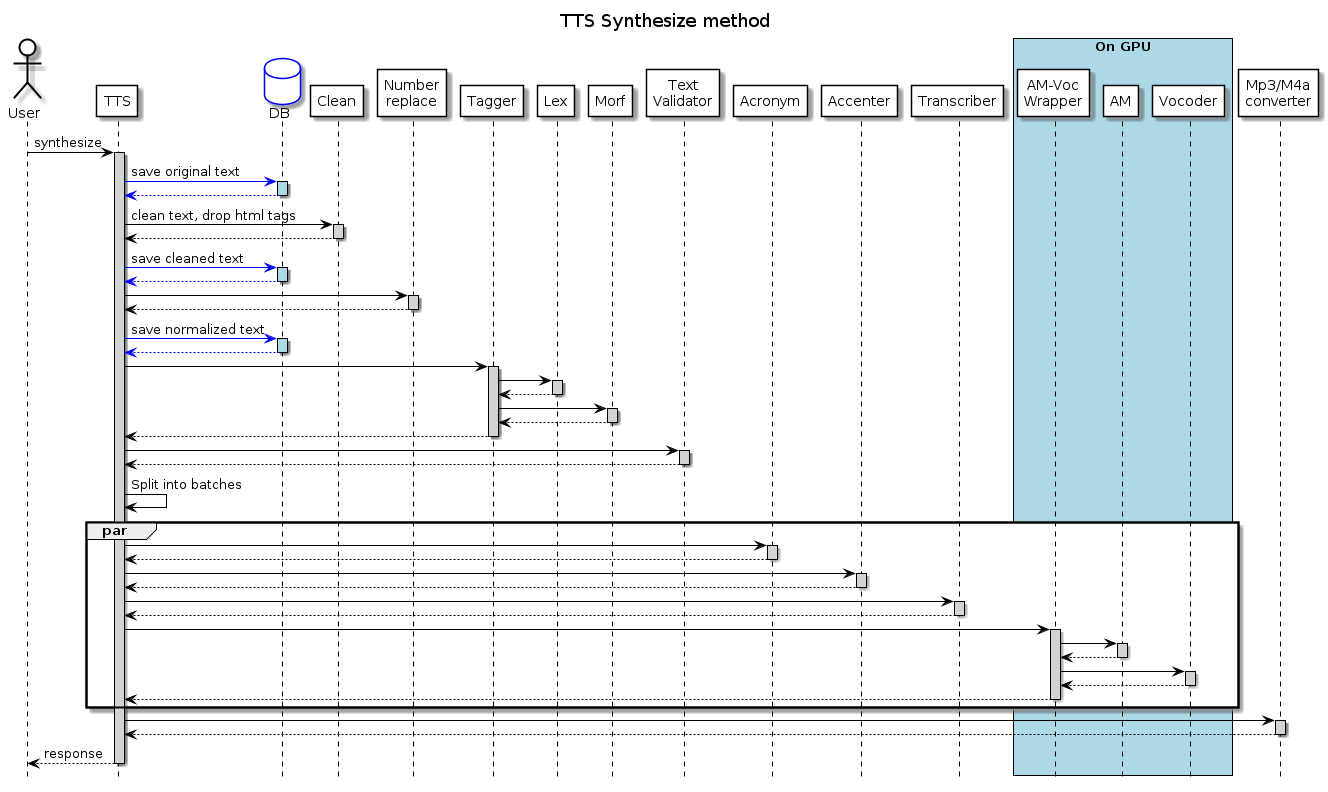
The PlantUML diagram info/tts.png in airenas/tts-line, before a commit. Its diagram source:
```plantuml
@startuml TTS

skinparam sequence {
ParticipantBorderColor Black
ActorBorderColor Black

ParticipantBackgroundColor White
ActorBackgroundColor White

ArrowColor black
LifeLineBorderColor black
LifeLineBackgroundColor lightgray

BoxBorderColor black
}
skinparam databaseBackgroundColor White
skinparam dataBaseBorderColor Blue

hide footbox
title TTS Synthesize method


actor User
participant "TTS" as tts
database "DB" as DB
participant "Clean" as Clean
participant "Number\nreplace" as num
participant "Tagger" as tagger
participant "Lex" as lex
participant "Morf" as morf
participant "Text\nValidator" as validator
participant "Acronym" as acronym
participant "Accenter" as accenter
participant "Transcriber" as transcriber

box "On GPU" #LightBlue
participant "AM-Voc\nWrapper" as amVoc
participant "AM" as am
participant "Vocoder" as vocoder
end box
participant "Mp3/M4a\nconverter" as converter

User -> tts: synthesize
activate tts

tts -[#blue]> DB: save original text
activate DB #lightblue
DB -[#blue]-> tts:
deactivate DB

tts -> Clean: clean text, drop html tags
activate Clean
Clean --> tts:
deactivate Clean

tts -[#blue]> DB: save cleaned text
activate DB #lightblue
DB -[#blue]-> tts:
deactivate DB

tts -> num:
activate num
num --> tts:
deactivate num

tts -[#blue]> DB: save normalized text
activate DB #lightblue
DB -[#blue]-> tts:
deactivate DB


tts -> tagger:
activate tagger
tagger -> lex:
activate lex
lex --> tagger:
deactivate lex

tagger -> morf:
activate morf
morf --> tagger:
deactivate morf

tagger --> tts:
deactivate tagger

tts -> validator:
activate validator
validator --> tts:
deactivate validator

tts -> tts: Split into batches

par

tts -> acronym:
activate acronym
acronym --> tts:
deactivate acronym

tts -> accenter:
activate accenter
accenter --> tts:
deactivate accenter

tts -> transcriber:
activate transcriber
transcriber --> tts:
deactivate transcriber

tts -> amVoc:
activate amVoc

amVoc -> am:
activate am
am --> amVoc:
deactivate am

amVoc -> vocoder:
activate vocoder
vocoder --> amVoc:
deactivate vocoder
amVoc --> tts:
deactivate amVoc
end

tts -> converter:
activate converter
converter --> tts:
deactivate converter


tts --> User: response
deactivate tts

@enduml
```
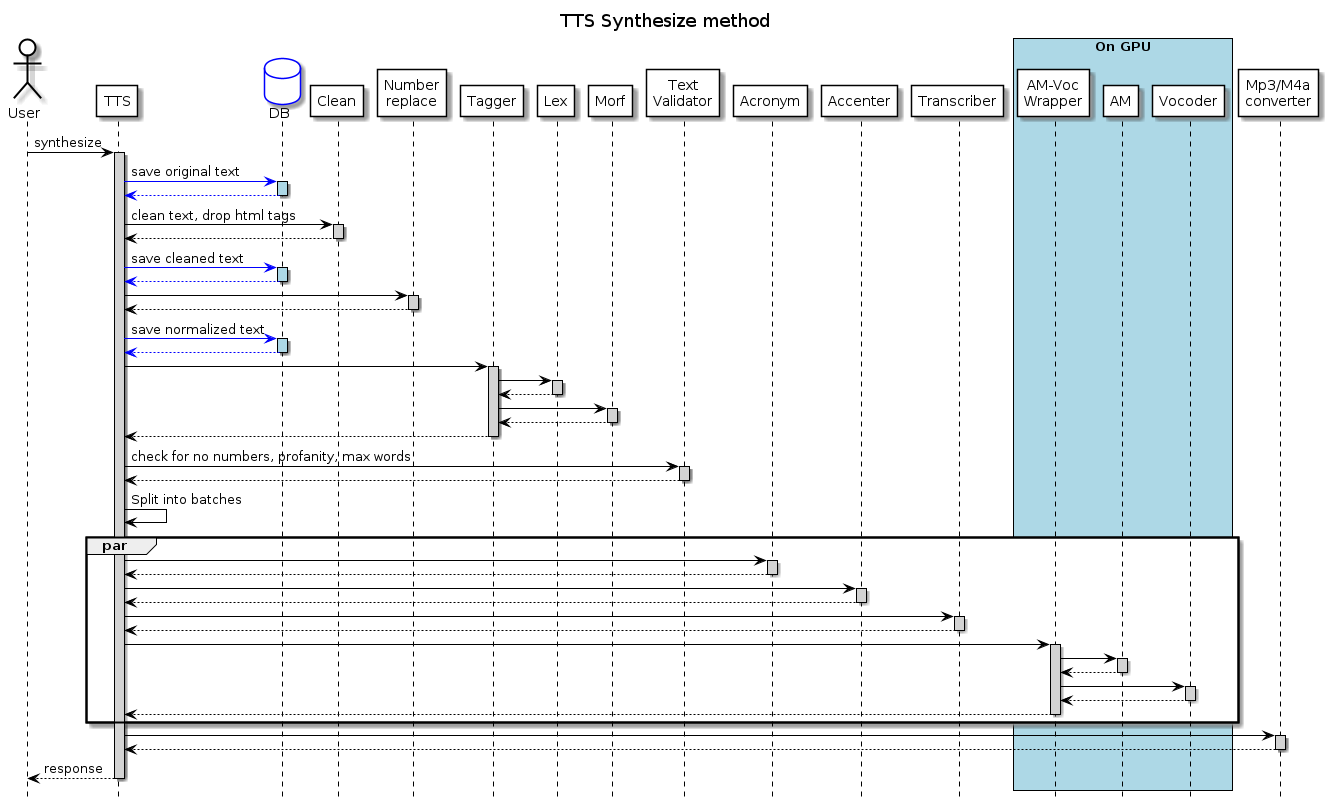
Above is the later version.

Commit message:
Add initial schema for custom synthesize method

The edit, as a diff of the source:
```diff
@@ -84,7 +84,7 @@
 tagger --> tts:
 deactivate tagger
 
-tts -> validator:
+tts -> validator: check for no numbers, profanity, max words
 activate validator
 validator --> tts:
 deactivate validator
```
